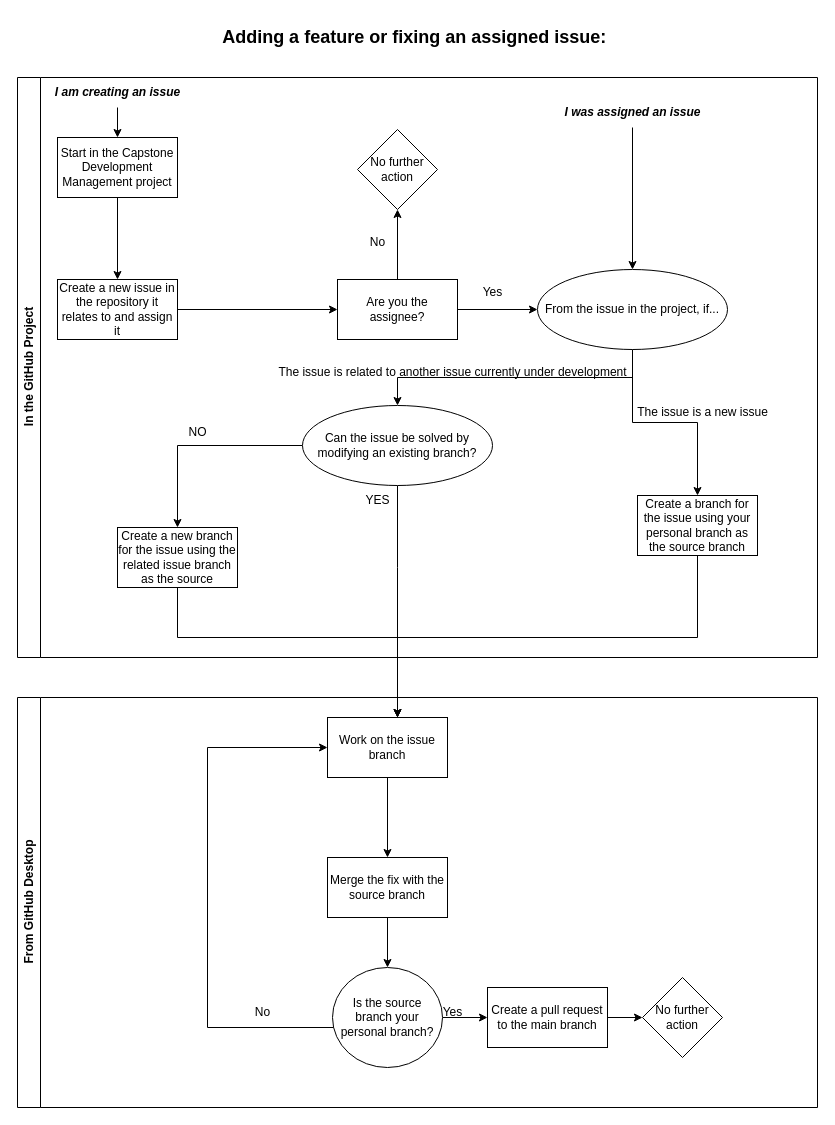
Above: workflows/Basic git workflow.drawio in flora-comms/flora-docs (draw.io), before the change. Source tidied: cells renumbered, new cells numbered last; positions are measured from the earlier drawing's top-left corner, leaving out a move shared by most shapes. Both pictures are drawn from the tidied source at 100%, with x=0, y=0 at pixel (17, 17).
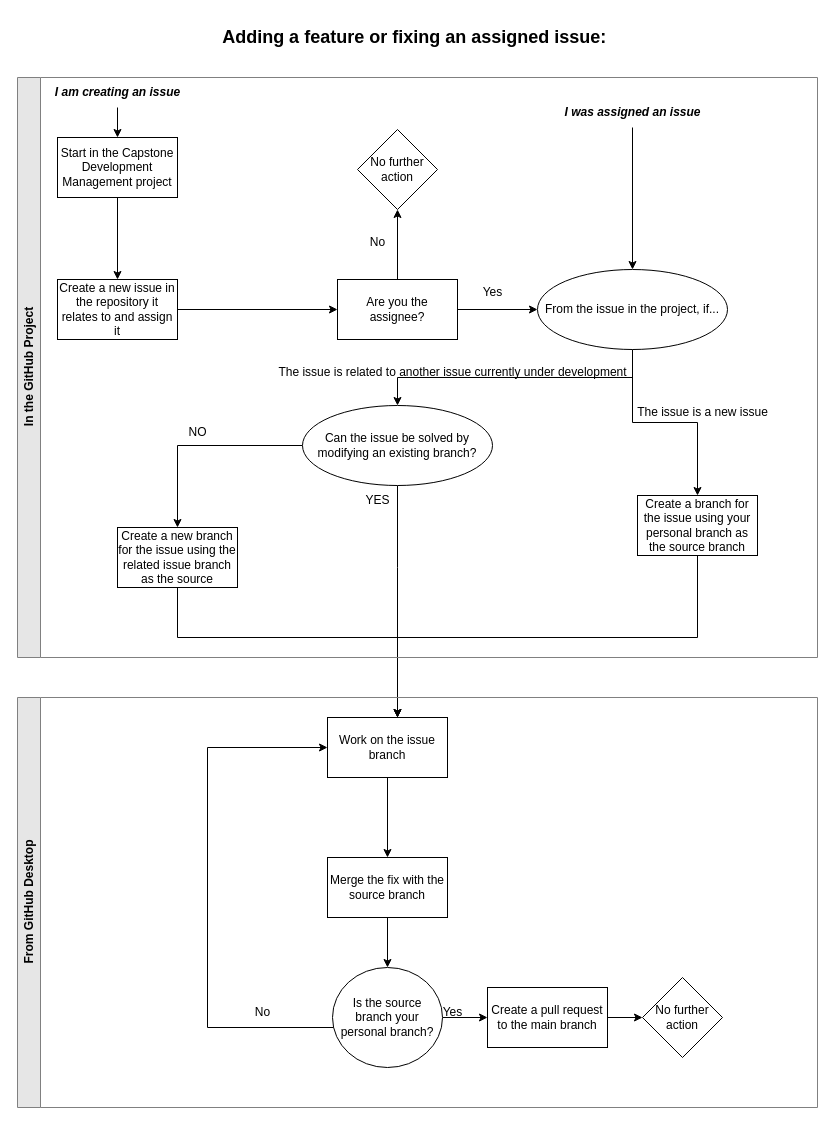
The same page after the edit.

Commit message:
changed some perimeter colours

What changed in the source:
```diff
@@
-    <mxCell id="31" value="From GitHub Desktop" style="swimlane;horizontal=0;whiteSpace=wrap;html=1;" parent="1" vertex="1">
+    <mxCell id="31" value="From GitHub Desktop" style="swimlane;horizontal=0;whiteSpace=wrap;html=1;strokeColor=#808080;fillColor=#E6E6E6;" parent="1" vertex="1">
       <mxGeometry y="680" width="800" height="410" as="geometry" />
     </mxCell>
@@
-    <mxCell id="44" value="In the GitHub Project" style="swimlane;horizontal=0;whiteSpace=wrap;html=1;" parent="1" vertex="1">
+    <mxCell id="44" value="In the GitHub Project" style="swimlane;horizontal=0;whiteSpace=wrap;html=1;strokeColor=#808080;fillColor=#E6E6E6;" parent="1" vertex="1">
       <mxGeometry y="60" width="800" height="580" as="geometry" />
     </mxCell>
```
